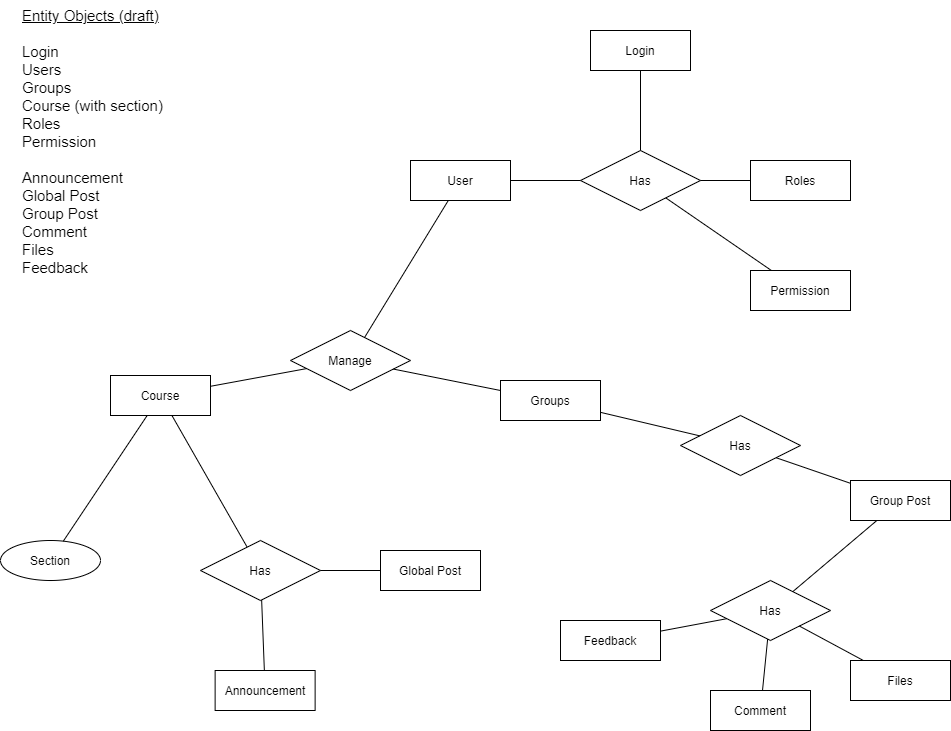
The draw.io diagram ProjectERD.drawio.png in mikepoullas/COMP5531_GROUP_4_Winter_2022, before a commit. Source tidied: cells renumbered, new cells last; positions are measured from the earlier drawing's top-left corner, leaving out a move shared by most shapes.
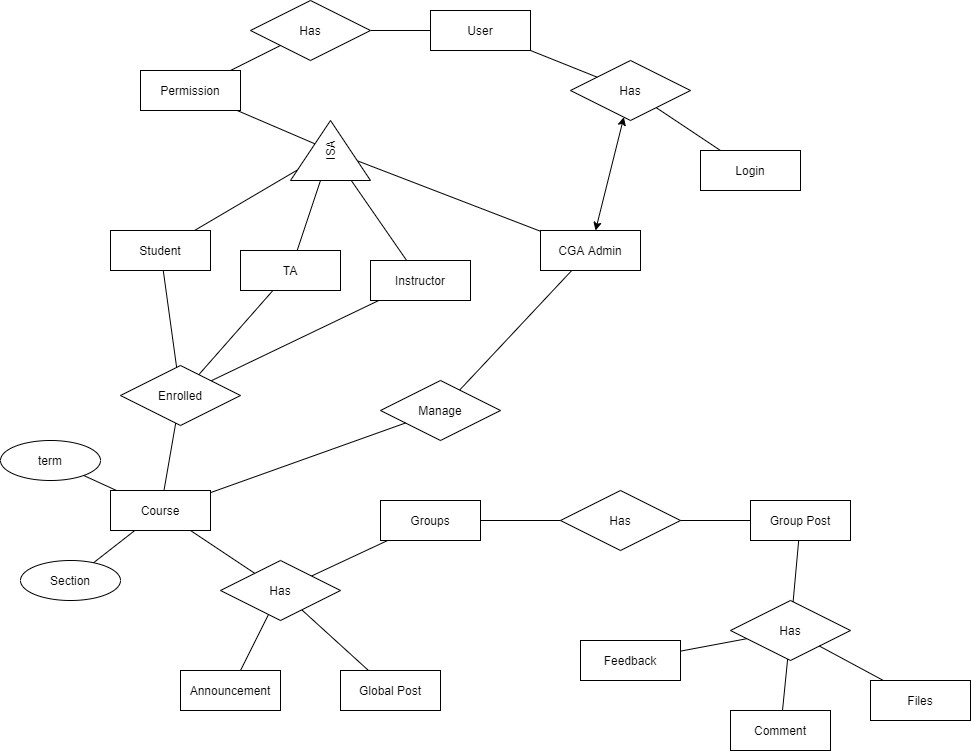
After the commit.

Change to the diagram source:
```diff
@@ -3,34 +3,28 @@
     <mxCell id="0" />
     <mxCell id="1" parent="0" />
     <mxCell id="2" value="Has" style="shape=rhombus;perimeter=rhombusPerimeter;whiteSpace=wrap;html=1;align=center;" parent="1" vertex="1">
-      <mxGeometry x="580" y="150" width="120" height="60" as="geometry" />
+      <mxGeometry x="550" y="40" width="120" height="60" as="geometry" />
     </mxCell>
     <mxCell id="3" value="Login" style="whiteSpace=wrap;html=1;align=center;" parent="1" vertex="1">
-      <mxGeometry x="590" y="30" width="100" height="40" as="geometry" />
+      <mxGeometry x="680" y="130" width="100" height="40" as="geometry" />
     </mxCell>
-    <mxCell id="4" value="Roles" style="whiteSpace=wrap;html=1;align=center;" parent="1" vertex="1">
-      <mxGeometry x="750" y="160" width="100" height="40" as="geometry" />
-    </mxCell>
     <mxCell id="5" value="User" style="whiteSpace=wrap;html=1;align=center;" parent="1" vertex="1">
-      <mxGeometry x="410" y="160" width="100" height="40" as="geometry" />
+      <mxGeometry x="410" y="-10" width="100" height="40" as="geometry" />
     </mxCell>
-    <mxCell id="6" value="Permission" style="whiteSpace=wrap;html=1;align=center;" parent="1" vertex="1">
-      <mxGeometry x="750" y="270" width="100" height="40" as="geometry" />
-    </mxCell>
     <mxCell id="7" value="Manage" style="shape=rhombus;perimeter=rhombusPerimeter;whiteSpace=wrap;html=1;align=center;" parent="1" vertex="1">
-      <mxGeometry x="290" y="330" width="120" height="60" as="geometry" />
+      <mxGeometry x="360" y="360" width="120" height="60" as="geometry" />
     </mxCell>
     <mxCell id="8" value="Groups" style="whiteSpace=wrap;html=1;align=center;" parent="1" vertex="1">
-      <mxGeometry x="500" y="380" width="100" height="40" as="geometry" />
+      <mxGeometry x="360" y="480" width="100" height="40" as="geometry" />
     </mxCell>
     <mxCell id="9" value="Global Post" style="whiteSpace=wrap;html=1;align=center;" parent="1" vertex="1">
-      <mxGeometry x="380" y="550" width="100" height="40" as="geometry" />
+      <mxGeometry x="320" y="650" width="100" height="40" as="geometry" />
     </mxCell>
     <mxCell id="10" value="Announcement" style="whiteSpace=wrap;html=1;align=center;" parent="1" vertex="1">
-      <mxGeometry x="214.6" y="670" width="100" height="40" as="geometry" />
+      <mxGeometry x="160" y="650" width="100" height="40" as="geometry" />
     </mxCell>
     <mxCell id="11" value="Course" style="whiteSpace=wrap;html=1;align=center;" parent="1" vertex="1">
-      <mxGeometry x="110" y="375" width="100" height="40" as="geometry" />
+      <mxGeometry x="90" y="470" width="100" height="40" as="geometry" />
     </mxCell>
     <mxCell id="12" style="endArrow=none;html=1;rounded=0;" parent="1" edge="1" source="3" target="2">
       <mxGeometry relative="1" as="geometry" />
@@ -38,13 +32,10 @@
     <mxCell id="13" style="endArrow=none;html=1;rounded=0;" parent="1" edge="1" source="2" target="5">
       <mxGeometry relative="1" as="geometry" />
     </mxCell>
-    <mxCell id="14" style="endArrow=none;html=1;rounded=0;" parent="1" edge="1" source="4" target="2">
-      <mxGeometry relative="1" as="geometry" />
-    </mxCell>
-    <mxCell id="15" style="endArrow=none;html=1;rounded=0;" parent="1" edge="1" source="8" target="7">
+    <mxCell id="15" style="endArrow=none;html=1;rounded=0;" parent="1" edge="1" source="8" target="18">
       <mxGeometry relative="1" as="geometry" />
     </mxCell>
-    <mxCell id="16" style="endArrow=none;html=1;rounded=0;" parent="1" edge="1" source="7" target="5">
+    <mxCell id="16" style="endArrow=none;html=1;rounded=0;" parent="1" edge="1" source="52" target="6">
       <mxGeometry relative="1" as="geometry" />
     </mxCell>
     <mxCell id="17" style="endArrow=none;html=1;rounded=0;" parent="1" edge="1" source="10" target="18">
@@ -56,7 +47,7 @@
     <mxCell id="19" style="endArrow=none;html=1;rounded=0;" parent="1" edge="1" source="18" target="9">
       <mxGeometry relative="1" as="geometry" />
     </mxCell>
-    <mxCell id="20" style="endArrow=none;html=1;rounded=0;" parent="1" edge="1" source="6" target="2">
+    <mxCell id="20" style="endArrow=none;html=1;rounded=0;" parent="1" edge="1" source="44" target="5">
       <mxGeometry relative="1" as="geometry" />
     </mxCell>
     <mxCell id="21" style="endArrow=none;html=1;rounded=0;" parent="1" edge="1" source="7" target="11">
@@ -69,13 +60,13 @@
       <mxGeometry relative="1" as="geometry" />
     </mxCell>
     <mxCell id="24" value="Has" style="shape=rhombus;perimeter=rhombusPerimeter;whiteSpace=wrap;html=1;align=center;" parent="1" vertex="1">
-      <mxGeometry x="680" y="415" width="120" height="60" as="geometry" />
+      <mxGeometry x="540" y="470" width="120" height="60" as="geometry" />
     </mxCell>
     <mxCell id="25" style="endArrow=none;html=1;rounded=0;" parent="1" edge="1" source="24" target="8">
       <mxGeometry relative="1" as="geometry" />
     </mxCell>
     <mxCell id="26" value="Group Post" style="whiteSpace=wrap;html=1;align=center;" parent="1" vertex="1">
-      <mxGeometry x="850" y="480" width="100" height="40" as="geometry" />
+      <mxGeometry x="730" y="480" width="100" height="40" as="geometry" />
     </mxCell>
     <mxCell id="27" style="endArrow=none;html=1;rounded=0;" parent="1" edge="1" source="24" target="26">
       <mxGeometry relative="1" as="geometry" />
@@ -107,8 +98,68 @@
     <mxCell id="36" style="endArrow=none;html=1;rounded=0;" parent="1" edge="1" source="18" target="11">
       <mxGeometry relative="1" as="geometry" />
     </mxCell>
-    <mxCell id="37" value="&lt;font style=&quot;font-size: 15px&quot;&gt;&lt;u&gt;Entity Objects (draft)&lt;/u&gt;&lt;br&gt;&lt;br&gt;Login&lt;br&gt;Users&lt;br&gt;Groups&lt;br&gt;Course (with section)&lt;br&gt;Roles&lt;br&gt;Permission&lt;br&gt;&lt;br&gt;Announcement&lt;br&gt;Global Post&lt;br&gt;Group Post&lt;br&gt;Comment&lt;br&gt;Files&lt;br&gt;Feedback&lt;/font&gt;" style="text;html=1;strokeColor=none;fillColor=none;align=left;verticalAlign=top;whiteSpace=wrap;rounded=0;" parent="1" vertex="1">
-      <mxGeometry x="20" width="237.5" height="300" as="geometry" />
-    </mxCell>
+    <mxCell id="38" value="TA" style="whiteSpace=wrap;html=1;align=center;" parent="1" vertex="1">
+      <mxGeometry x="220" y="230" width="100" height="40" as="geometry" />
+    </mxCell>
+    <mxCell id="39" value="Instructor" style="whiteSpace=wrap;html=1;align=center;" parent="1" vertex="1">
+      <mxGeometry x="350" y="240" width="100" height="40" as="geometry" />
+    </mxCell>
+    <mxCell id="40" value="Student" style="whiteSpace=wrap;html=1;align=center;" parent="1" vertex="1">
+      <mxGeometry x="90" y="210" width="100" height="40" as="geometry" />
+    </mxCell>
+    <mxCell id="41" style="endArrow=none;html=1;rounded=0;" parent="1" edge="1" source="40" target="52">
+      <mxGeometry relative="1" as="geometry" />
+    </mxCell>
+    <mxCell id="42" style="endArrow=none;html=1;rounded=0;" parent="1" edge="1" source="38" target="52">
+      <mxGeometry relative="1" as="geometry" />
+    </mxCell>
+    <mxCell id="43" style="endArrow=none;html=1;rounded=0;" parent="1" edge="1" source="39" target="52">
+      <mxGeometry relative="1" as="geometry" />
+    </mxCell>
+    <mxCell id="44" value="Has" style="shape=rhombus;perimeter=rhombusPerimeter;whiteSpace=wrap;html=1;align=center;" parent="1" vertex="1">
+      <mxGeometry x="230" y="-20" width="120" height="60" as="geometry" />
+    </mxCell>
+    <mxCell id="45" value="CGA Admin" style="whiteSpace=wrap;html=1;align=center;" parent="1" vertex="1">
+      <mxGeometry x="520" y="210" width="100" height="40" as="geometry" />
+    </mxCell>
+    <mxCell id="46" style="endArrow=none;html=1;rounded=0;" parent="1" edge="1" source="45" target="52">
+      <mxGeometry relative="1" as="geometry" />
+    </mxCell>
+    <mxCell id="47" style="endArrow=classic;startArrow=classic;html=1;" parent="1" edge="1" source="45" target="2">
+      <mxGeometry relative="1" as="geometry" />
+    </mxCell>
+    <mxCell id="48" style="endArrow=none;html=1;rounded=0;" parent="1" edge="1" source="40" target="56">
+      <mxGeometry relative="1" as="geometry" />
+    </mxCell>
+    <mxCell id="49" style="endArrow=none;html=1;rounded=0;" parent="1" edge="1" source="38" target="56">
+      <mxGeometry relative="1" as="geometry" />
+    </mxCell>
+    <mxCell id="50" style="endArrow=none;html=1;rounded=0;" parent="1" edge="1" source="39" target="56">
+      <mxGeometry relative="1" as="geometry" />
+    </mxCell>
+    <mxCell id="51" style="endArrow=none;html=1;rounded=0;" parent="1" edge="1" source="45" target="7">
+      <mxGeometry relative="1" as="geometry" />
+    </mxCell>
+    <mxCell id="52" value="ISA" style="triangle;whiteSpace=wrap;html=1;rotation=-90;" parent="1" vertex="1">
+      <mxGeometry x="280" y="90" width="60" height="80" as="geometry" />
+    </mxCell>
+    <mxCell id="6" value="Permission" style="whiteSpace=wrap;html=1;align=center;" parent="1" vertex="1">
+      <mxGeometry x="120" y="50" width="100" height="40" as="geometry" />
+    </mxCell>
+    <mxCell id="53" style="endArrow=none;html=1;rounded=0;" parent="1" edge="1" source="44" target="6">
+      <mxGeometry relative="1" as="geometry" />
+    </mxCell>
+    <mxCell id="54" value="term" style="ellipse;whiteSpace=wrap;html=1;align=center;" parent="1" vertex="1">
+      <mxGeometry x="-20" y="420" width="100" height="40" as="geometry" />
+    </mxCell>
+    <mxCell id="55" style="endArrow=none;html=1;rounded=0;" parent="1" edge="1" source="54" target="11">
+      <mxGeometry relative="1" as="geometry" />
+    </mxCell>
+    <mxCell id="56" value="Enrolled" style="shape=rhombus;perimeter=rhombusPerimeter;whiteSpace=wrap;html=1;align=center;" parent="1" vertex="1">
+      <mxGeometry x="100" y="345" width="120" height="60" as="geometry" />
+    </mxCell>
+    <mxCell id="57" style="endArrow=none;html=1;rounded=0;" parent="1" edge="1" source="11" target="56">
+      <mxGeometry relative="1" as="geometry" />
+    </mxCell>
   </root>
 </mxGraphModel>
```
